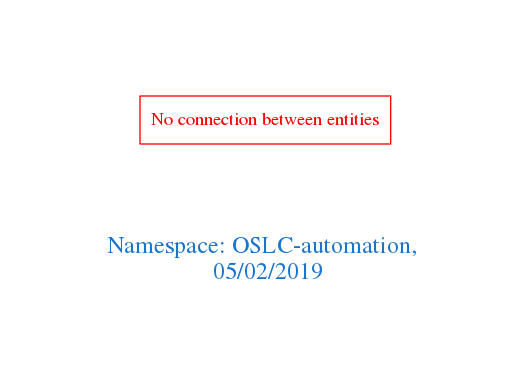
Above: downloads/OSLC-automation.png in arago/OGIT (Graphviz), before the change. Its source is kept beside it as downloads/OSLC-automation.dot.
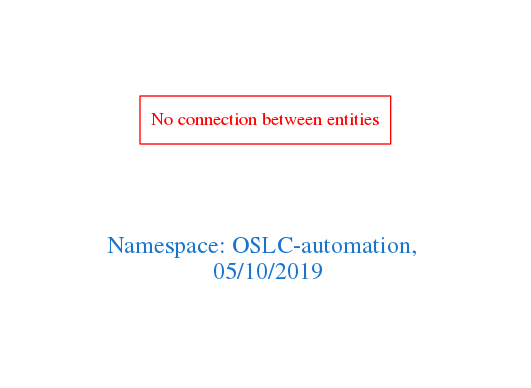
After the change.

The edit, as a diff of the source:
```diff
@@ -1,7 +1,7 @@
 digraph OGIT_ontology {
  graph [ rankdir= LR,pad=1
 fontsize = 18,
-fontcolor= dodgerblue3,label = "\n\n\nNamespace: OSLC-automation, \n 05/02/2019"];
+fontcolor= dodgerblue3,label = "\n\n\nNamespace: OSLC-automation, \n 05/10/2019"];
 node[shape=polygon];
 edge [  color="gray81"];
 
```
